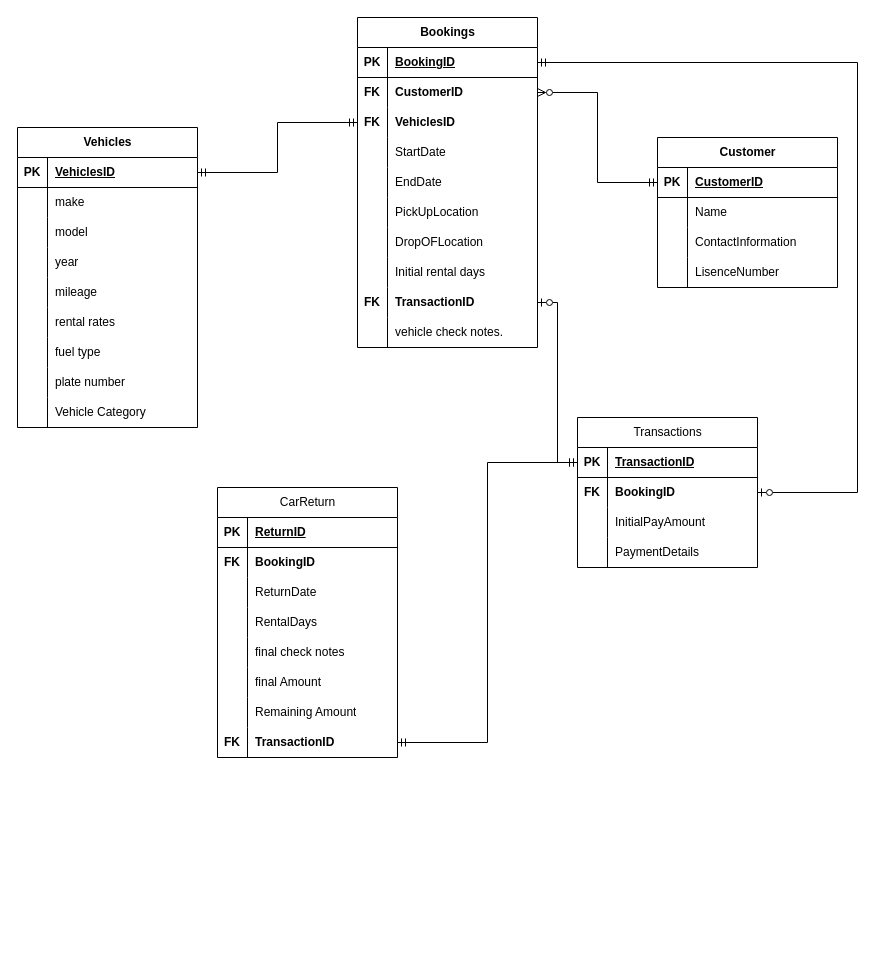
aminjaiuossi/Relational_Schema keeps this draw.io diagram as CarRental.drawio. Above is the earlier version. Source tidied: cells renumbered, new cells numbered last; positions are measured from the earlier drawing's top-left corner, leaving out a move shared by most shapes. Both pictures are drawn from the tidied source at 100%, with x=0, y=0 at pixel (17, 17).
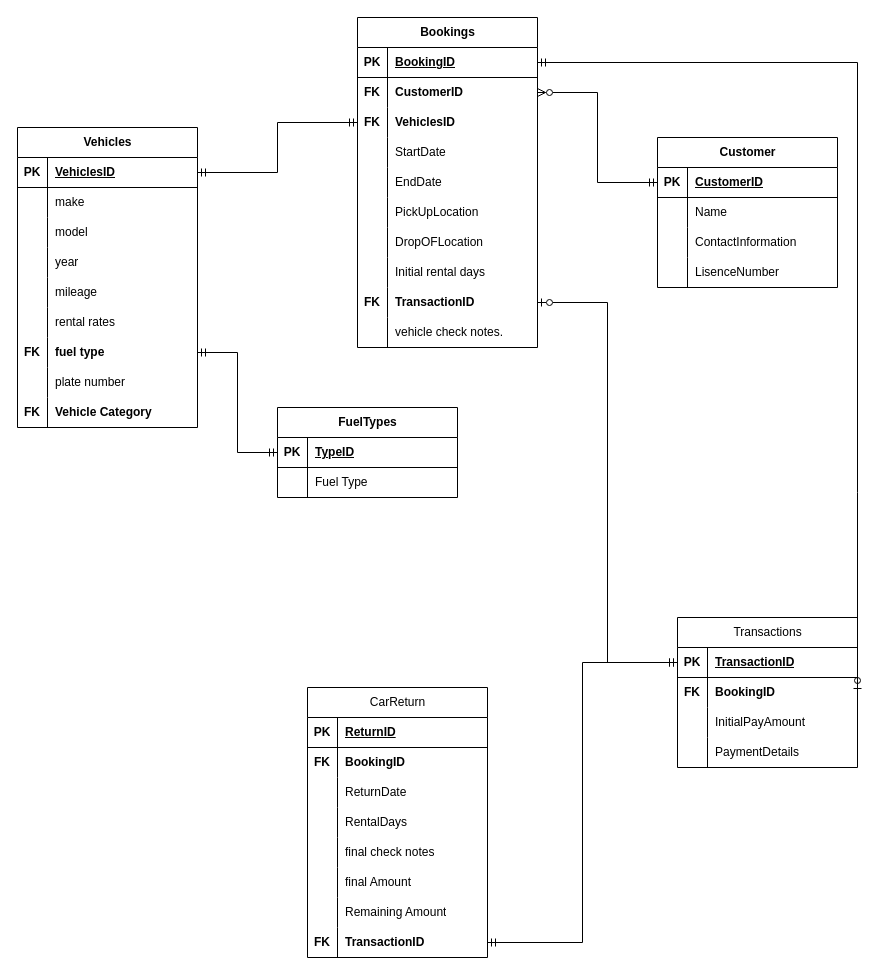
The same page after the edit.

The change refers to these unchanged cells:
```xml
<mxCell id="34" style="shape=tableRow;horizontal=0;startSize=0;swimlaneHead=0;swimlaneBody=0;fillColor=none;points=[[0,0.5],[1,0.5]];portConstraint=eastwest;top=0;left=0;right=0;bottom=0;" parent="15" vertex="1">
  <mxGeometry y="210" width="180" height="30" as="geometry" />
</mxCell>
<mxCell id="40" style="shape=tableRow;horizontal=0;startSize=0;swimlaneHead=0;swimlaneBody=0;fillColor=none;top=0;left=0;right=0;bottom=0;" parent="15" vertex="1">
  <mxGeometry y="270" width="180" height="30" as="geometry" />
</mxCell>
```

What changed in the source:
```diff
@@
-    <mxCell id="35" style="shape=partialRectangle;fillColor=none;top=0;left=0;bottom=0;right=0;overflow=hidden;whiteSpace=wrap;html=1;" parent="34" vertex="1">
+    <mxCell id="35" value="FK" style="shape=partialRectangle;fillColor=none;top=0;left=0;bottom=0;right=0;overflow=hidden;whiteSpace=wrap;html=1;fontStyle=1;" parent="34" vertex="1">
       <mxGeometry width="30" height="30" as="geometry" />
     </mxCell>
-    <mxCell id="36" value="fuel type" style="shape=partialRectangle;fillColor=none;top=0;left=0;bottom=0;right=0;align=left;spacingLeft=6;overflow=hidden;whiteSpace=wrap;html=1;" parent="34" vertex="1">
+    <mxCell id="36" value="fuel type" style="shape=partialRectangle;fillColor=none;top=0;left=0;bottom=0;right=0;align=left;spacingLeft=6;overflow=hidden;whiteSpace=wrap;html=1;fontStyle=1;" parent="34" vertex="1">
       <mxGeometry x="30" width="150" height="30" as="geometry" />
     </mxCell>
@@
-    <mxCell id="41" style="shape=partialRectangle;fillColor=none;top=0;left=0;bottom=0;right=0;overflow=hidden;whiteSpace=wrap;html=1;" parent="40" vertex="1">
+    <mxCell id="41" value="FK" style="shape=partialRectangle;fillColor=none;top=0;left=0;bottom=0;right=0;overflow=hidden;whiteSpace=wrap;html=1;fontStyle=1;" parent="40" vertex="1">
       <mxGeometry width="30" height="30" as="geometry" />
     </mxCell>
-    <mxCell id="42" value="  Vehicle Category" style="shape=partialRectangle;fillColor=none;top=0;left=0;bottom=0;right=0;align=left;spacingLeft=6;overflow=hidden;whiteSpace=wrap;html=1;" parent="40" vertex="1">
+    <mxCell id="42" value="  Vehicle Category" style="shape=partialRectangle;fillColor=none;top=0;left=0;bottom=0;right=0;align=left;spacingLeft=6;overflow=hidden;whiteSpace=wrap;html=1;fontStyle=1;" parent="40" vertex="1">
       <mxGeometry x="30" width="150" height="30" as="geometry" />
     </mxCell>
@@
     <mxCell id="75" value="Transactions" style="shape=table;startSize=30;childLayout=tableLayout;rowLines=0;fontStyle=0;align=center;html=1;" parent="1" vertex="1">
-      <mxGeometry x="560" y="400" width="180" height="150" as="geometry" />
+      <mxGeometry x="660" y="600" width="180" height="150" as="geometry" />
     </mxCell>
@@
     <mxCell id="88" value="CarReturn" style="shape=table;startSize=30;childLayout=tableLayout;rowLines=0;fontStyle=0;align=center;html=1;" parent="1" vertex="1">
-      <mxGeometry x="200" y="470" width="180" height="270" as="geometry" />
+      <mxGeometry x="290" y="670" width="180" height="270" as="geometry" />
     </mxCell>
@@
+    <mxCell id="118" value=" FuelTypes" style="shape=table;startSize=30;childLayout=tableLayout;rowLines=0;fontStyle=1;align=center;html=1;" parent="1" vertex="1">
+      <mxGeometry x="260" y="390" width="180" height="90" as="geometry" />
+    </mxCell>
+    <mxCell id="119" style="shape=tableRow;horizontal=0;startSize=0;swimlaneHead=0;swimlaneBody=0;fillColor=none;points=[[0,0.5],[1,0.5]];portConstraint=eastwest;top=0;left=0;right=0;bottom=1;" parent="118" vertex="1">
+      <mxGeometry y="30" width="180" height="30" as="geometry" />
+    </mxCell>
+    <mxCell id="120" value="PK" style="shape=partialRectangle;fillColor=none;top=0;left=0;bottom=0;right=0;fontStyle=1;overflow=hidden;whiteSpace=wrap;html=1;" parent="119" vertex="1">
+      <mxGeometry width="30" height="30" as="geometry" />
+    </mxCell>
+    <mxCell id="121" value="TypeID" style="shape=partialRectangle;fillColor=none;top=0;left=0;bottom=0;right=0;align=left;spacingLeft=6;fontStyle=5;overflow=hidden;whiteSpace=wrap;html=1;" parent="119" vertex="1">
+      <mxGeometry x="30" width="150" height="30" as="geometry" />
+    </mxCell>
+    <mxCell id="122" style="shape=tableRow;horizontal=0;startSize=0;swimlaneHead=0;swimlaneBody=0;fillColor=none;top=0;left=0;right=0;bottom=0;" parent="118" vertex="1">
+      <mxGeometry y="60" width="180" height="30" as="geometry" />
+    </mxCell>
+    <mxCell id="123" style="shape=partialRectangle;fillColor=none;top=0;left=0;bottom=0;right=0;overflow=hidden;whiteSpace=wrap;html=1;" parent="122" vertex="1">
+      <mxGeometry width="30" height="30" as="geometry" />
+    </mxCell>
+    <mxCell id="124" value=" Fuel Type" style="shape=partialRectangle;fillColor=none;top=0;left=0;bottom=0;right=0;align=left;spacingLeft=6;overflow=hidden;whiteSpace=wrap;html=1;" parent="122" vertex="1">
+      <mxGeometry x="30" width="150" height="30" as="geometry" />
+    </mxCell>
+    <mxCell id="125" style="edgeStyle=orthogonalEdgeStyle;rounded=0;jettySize=auto;html=1;entryX=0;entryY=0.5;entryDx=0;entryDy=0;startArrow=ERmandOne;startFill=0;endArrow=ERmandOne;endFill=0;" parent="1" edge="1" source="34" target="119">
+      <mxGeometry relative="1" as="geometry" />
+    </mxCell>
```
